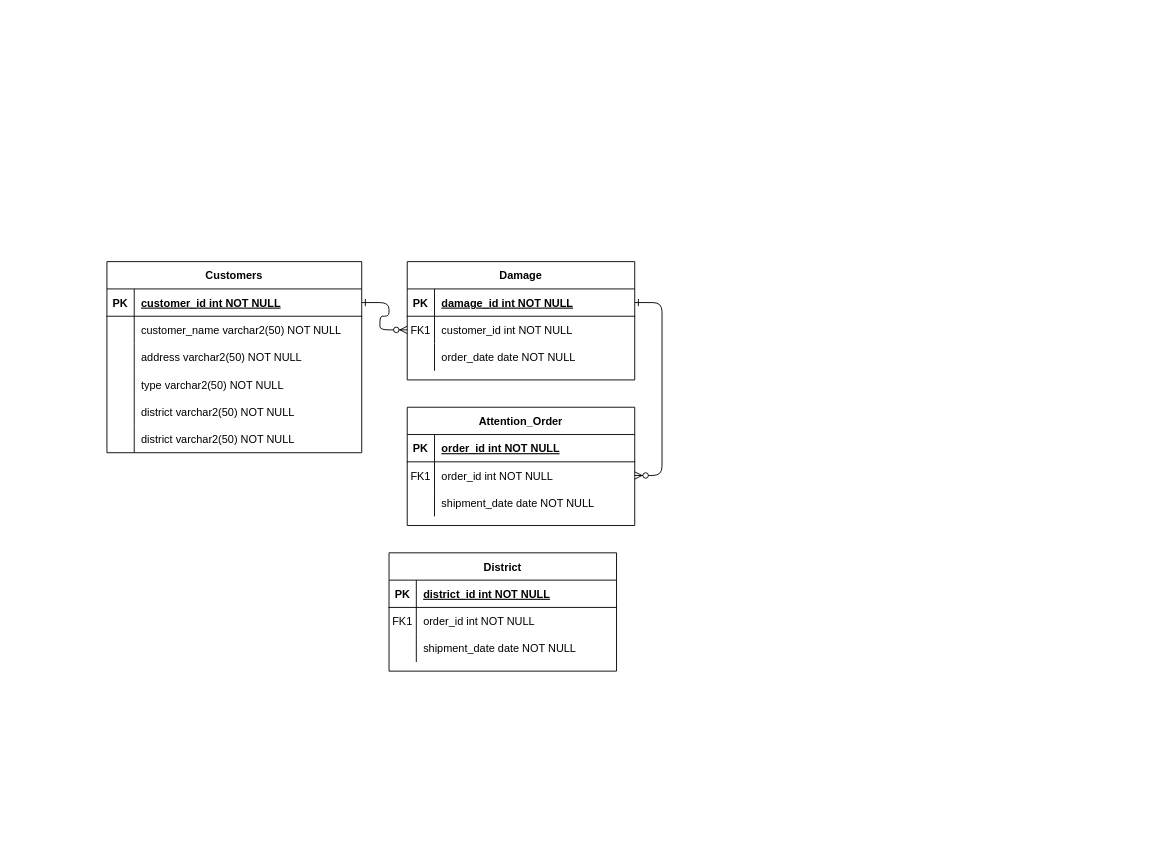
This is Diagrama FISICO ER Chiletel .drawio from andreshserna/chiletel, a draw.io file, before an edit. Source tidied: cells renumbered, new cells numbered last; positions are measured from the earlier drawing's top-left corner, leaving out a move shared by most shapes. Both pictures are drawn from the tidied source at 91%, with x=0, y=0 at pixel (106, 261).
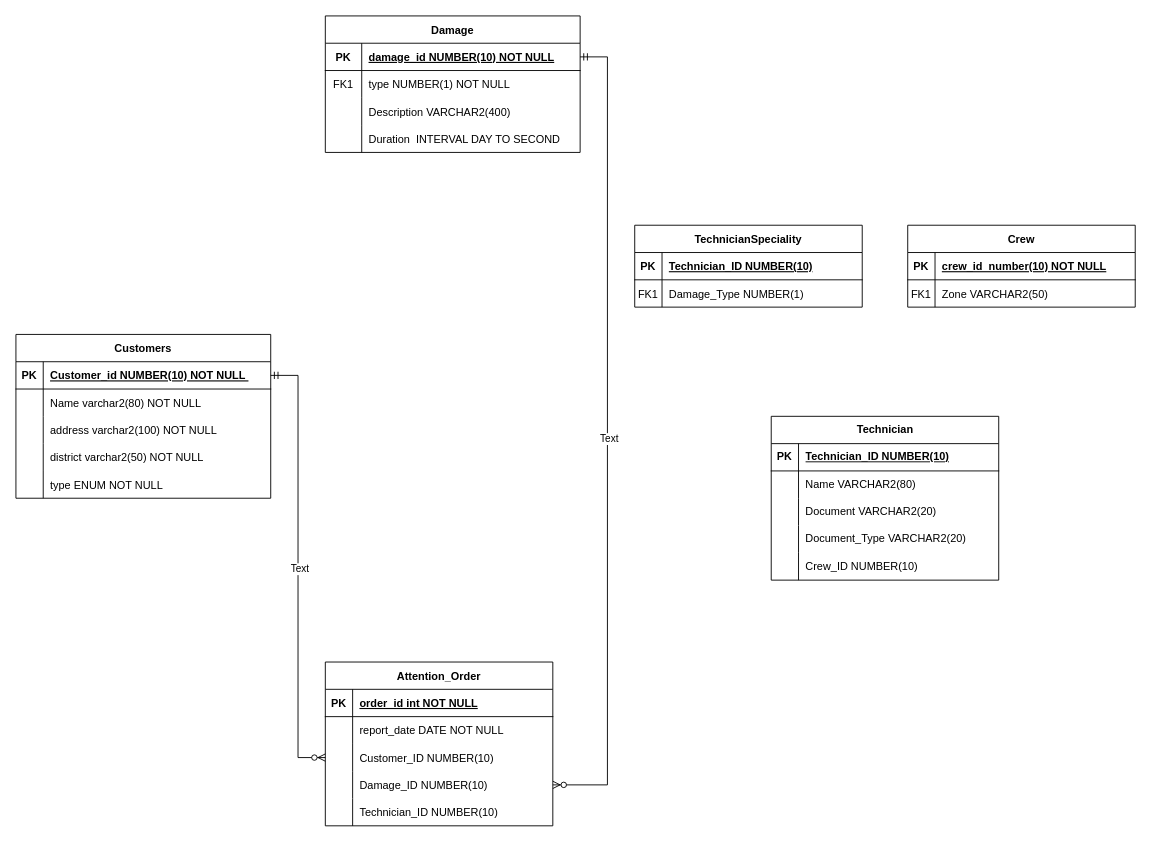
The same diagram, later.

Commit message (it also covers changes not shown here):
version prefinal diagrama ER

Unchanged cells that the change refers to:
```xml
<mxCell id="18" style="shape=partialRectangle;fillColor=none;points=[[0,0.5],[1,0.5]];portConstraint=eastwest;top=0;left=0;right=0;bottom=0;" parent="14" vertex="1">
  <mxGeometry y="60" width="250" height="30" as="geometry" />
</mxCell>
<mxCell id="21" style="shape=partialRectangle;fillColor=none;points=[[0,0.5],[1,0.5]];portConstraint=eastwest;top=0;left=0;right=0;bottom=0;" parent="14" vertex="1">
  <mxGeometry y="90" width="250" height="30" as="geometry" />
</mxCell>
<mxCell id="25" style="shape=partialRectangle;fillColor=none;points=[[0,0.5],[1,0.5]];portConstraint=eastwest;top=0;left=0;right=0;bottom=1;" parent="24" vertex="1">
  <mxGeometry y="30" width="280" height="30" as="geometry" />
</mxCell>
<mxCell id="28" style="shape=partialRectangle;fillColor=none;top=0;left=0;right=0;bottom=0;" parent="24" vertex="1">
  <mxGeometry y="60" width="280" height="30" as="geometry" />
</mxCell>
<mxCell id="31" style="shape=partialRectangle;fillColor=none;top=0;left=0;right=0;bottom=0;" parent="24" vertex="1">
  <mxGeometry y="90" width="280" height="30" as="geometry" />
</mxCell>
<mxCell id="34" style="shape=partialRectangle;fillColor=none;top=0;left=0;right=0;bottom=0;" parent="24" vertex="1">
  <mxGeometry y="120" width="280" height="30" as="geometry" />
</mxCell>
<mxCell id="37" style="shape=partialRectangle;fillColor=none;top=0;left=0;right=0;bottom=0;" parent="24" vertex="1">
  <mxGeometry y="150" width="280" height="30" as="geometry" />
</mxCell>
<mxCell id="44" style="shape=partialRectangle;fillColor=none;top=0;left=0;right=0;bottom=1;" parent="43" vertex="1">
  <mxGeometry y="30" width="250" height="30" as="geometry" />
</mxCell>
<mxCell id="47" style="shape=partialRectangle;fillColor=none;top=0;left=0;right=0;bottom=0;" parent="43" vertex="1">
  <mxGeometry y="60" width="250" height="30" as="geometry" />
</mxCell>
```

The edit, as a diff of the source:
```diff
@@
-    <mxCell id="2" style="edgeStyle=entityRelationEdgeStyle;endArrow=ERzeroToMany;startArrow=ERone;endFill=1;startFill=0;" parent="1" edge="1" source="25" target="8">
-      <mxGeometry relative="1" as="geometry" />
-    </mxCell>
-    <mxCell id="3" style="edgeStyle=entityRelationEdgeStyle;endArrow=ERzeroToMany;startArrow=ERone;endFill=1;startFill=0;" parent="1" edge="1" source="5" target="18">
-      <mxGeometry relative="1" as="geometry" />
-    </mxCell>
     <mxCell id="4" value="Damage" style="shape=table;startSize=30;childLayout=tableLayout;rowLines=0;fontStyle=1;align=center;" parent="1" vertex="1">
-      <mxGeometry x="330" width="250" height="130" as="geometry" />
+      <mxGeometry x="240" y="-270" width="280" height="150" as="geometry" />
     </mxCell>
     <mxCell id="5" style="shape=partialRectangle;fillColor=none;points=[[0,0.5],[1,0.5]];portConstraint=eastwest;top=0;left=0;right=0;bottom=1;" parent="4" vertex="1">
-      <mxGeometry y="30" width="250" height="30" as="geometry" />
+      <mxGeometry y="30" width="280" height="30" as="geometry" />
     </mxCell>
     <mxCell id="6" value="PK" style="shape=partialRectangle;overflow=hidden;fillColor=none;top=0;left=0;bottom=0;right=0;fontStyle=1;" parent="5" vertex="1">
-      <mxGeometry width="30" height="30" as="geometry" />
+      <mxGeometry width="40" height="30" as="geometry" />
     </mxCell>
-    <mxCell id="7" value="damage_id int NOT NULL " style="shape=partialRectangle;overflow=hidden;fillColor=none;top=0;left=0;bottom=0;right=0;align=left;spacingLeft=6;fontStyle=5;" parent="5" vertex="1">
-      <mxGeometry x="30" width="220" height="30" as="geometry" />
+    <mxCell id="7" value="damage_id NUMBER(10) NOT NULL " style="shape=partialRectangle;overflow=hidden;fillColor=none;top=0;left=0;bottom=0;right=0;align=left;spacingLeft=6;fontStyle=5;" parent="5" vertex="1">
+      <mxGeometry x="40" width="240" height="30" as="geometry" />
     </mxCell>
     <mxCell id="8" style="shape=partialRectangle;fillColor=none;points=[[0,0.5],[1,0.5]];portConstraint=eastwest;top=0;left=0;right=0;bottom=0;" parent="4" vertex="1">
-      <mxGeometry y="60" width="250" height="30" as="geometry" />
+      <mxGeometry y="60" width="280" height="30" as="geometry" />
     </mxCell>
     <mxCell id="9" value="FK1" style="shape=partialRectangle;overflow=hidden;fillColor=none;top=0;left=0;bottom=0;right=0;" parent="8" vertex="1">
-      <mxGeometry width="30" height="30" as="geometry" />
+      <mxGeometry width="40" height="30" as="geometry" />
     </mxCell>
-    <mxCell id="10" value="customer_id int NOT NULL" style="shape=partialRectangle;overflow=hidden;fillColor=none;top=0;left=0;bottom=0;right=0;align=left;spacingLeft=6;" parent="8" vertex="1">
-      <mxGeometry x="30" width="220" height="30" as="geometry" />
+    <mxCell id="10" value="type NUMBER(1) NOT NULL" style="shape=partialRectangle;overflow=hidden;fillColor=none;top=0;left=0;bottom=0;right=0;align=left;spacingLeft=6;" parent="8" vertex="1">
+      <mxGeometry x="40" width="240" height="30" as="geometry" />
     </mxCell>
     <mxCell id="11" style="shape=partialRectangle;fillColor=none;top=0;left=0;right=0;bottom=0;" parent="4" vertex="1">
-      <mxGeometry y="90" width="250" height="30" as="geometry" />
+      <mxGeometry y="90" width="280" height="30" as="geometry" />
     </mxCell>
     <mxCell id="12" style="shape=partialRectangle;overflow=hidden;fillColor=none;top=0;left=0;bottom=0;right=0;" parent="11" vertex="1">
-      <mxGeometry width="30" height="30" as="geometry" />
+      <mxGeometry width="40" height="30" as="geometry" />
     </mxCell>
-    <mxCell id="13" value="order_date date NOT NULL" style="shape=partialRectangle;overflow=hidden;fillColor=none;top=0;left=0;bottom=0;right=0;align=left;spacingLeft=6;" parent="11" vertex="1">
-      <mxGeometry x="30" width="220" height="30" as="geometry" />
+    <mxCell id="13" value="Description VARCHAR2(400)" style="shape=partialRectangle;overflow=hidden;fillColor=none;top=0;left=0;bottom=0;right=0;align=left;spacingLeft=6;" parent="11" vertex="1">
+      <mxGeometry x="40" width="240" height="30" as="geometry" />
     </mxCell>
+    <mxCell id="53" style="shape=partialRectangle;fillColor=none;top=0;left=0;right=0;bottom=0;" parent="4" vertex="1">
+      <mxGeometry y="120" width="280" height="30" as="geometry" />
+    </mxCell>
+    <mxCell id="54" style="shape=partialRectangle;overflow=hidden;fillColor=none;top=0;left=0;bottom=0;right=0;" parent="53" vertex="1">
+      <mxGeometry width="40" height="30" as="geometry" />
+    </mxCell>
+    <mxCell id="55" value="Duration  INTERVAL DAY TO SECOND" style="shape=partialRectangle;overflow=hidden;fillColor=none;top=0;left=0;bottom=0;right=0;align=left;spacingLeft=6;" parent="53" vertex="1">
+      <mxGeometry x="40" width="240" height="30" as="geometry" />
+    </mxCell>
     <mxCell id="14" value="Attention_Order" style="shape=table;startSize=30;childLayout=tableLayout;rowLines=0;fontStyle=1;align=center;" parent="1" vertex="1">
-      <mxGeometry x="330" y="160" width="250" height="130" as="geometry" />
+      <mxGeometry x="240" y="440" width="250" height="180" as="geometry" />
     </mxCell>
@@
-    <mxCell id="19" value="FK1" style="shape=partialRectangle;overflow=hidden;fillColor=none;top=0;left=0;bottom=0;right=0;" parent="18" vertex="1">
+    <mxCell id="19" style="shape=partialRectangle;overflow=hidden;fillColor=none;top=0;left=0;bottom=0;right=0;" parent="18" vertex="1">
       <mxGeometry width="30" height="30" as="geometry" />
     </mxCell>
-    <mxCell id="20" value="order_id int NOT NULL" style="shape=partialRectangle;overflow=hidden;fillColor=none;top=0;left=0;bottom=0;right=0;align=left;spacingLeft=6;" parent="18" vertex="1">
+    <mxCell id="20" value="report_date DATE NOT NULL" style="shape=partialRectangle;overflow=hidden;fillColor=none;top=0;left=0;bottom=0;right=0;align=left;spacingLeft=6;" parent="18" vertex="1">
       <mxGeometry x="30" width="220" height="30" as="geometry" />
     </mxCell>
@@
-    <mxCell id="23" value="shipment_date date NOT NULL" style="shape=partialRectangle;overflow=hidden;fillColor=none;top=0;left=0;bottom=0;right=0;align=left;spacingLeft=6;" parent="21" vertex="1">
+    <mxCell id="23" value="Customer_ID NUMBER(10) " style="shape=partialRectangle;overflow=hidden;fillColor=none;top=0;left=0;bottom=0;right=0;align=left;spacingLeft=6;" parent="21" vertex="1">
       <mxGeometry x="30" width="220" height="30" as="geometry" />
     </mxCell>
+    <mxCell id="56" style="shape=partialRectangle;fillColor=none;points=[[0,0.5],[1,0.5]];portConstraint=eastwest;top=0;left=0;right=0;bottom=0;" parent="14" vertex="1">
+      <mxGeometry y="120" width="250" height="30" as="geometry" />
+    </mxCell>
+    <mxCell id="57" style="shape=partialRectangle;overflow=hidden;fillColor=none;top=0;left=0;bottom=0;right=0;" parent="56" vertex="1">
+      <mxGeometry width="30" height="30" as="geometry" />
+    </mxCell>
+    <mxCell id="58" value="Damage_ID NUMBER(10) " style="shape=partialRectangle;overflow=hidden;fillColor=none;top=0;left=0;bottom=0;right=0;align=left;spacingLeft=6;" parent="56" vertex="1">
+      <mxGeometry x="30" width="220" height="30" as="geometry" />
+    </mxCell>
+    <mxCell id="59" style="shape=partialRectangle;fillColor=none;top=0;left=0;right=0;bottom=0;" parent="14" vertex="1">
+      <mxGeometry y="150" width="250" height="30" as="geometry" />
+    </mxCell>
+    <mxCell id="60" style="shape=partialRectangle;overflow=hidden;fillColor=none;top=0;left=0;bottom=0;right=0;" parent="59" vertex="1">
+      <mxGeometry width="30" height="30" as="geometry" />
+    </mxCell>
+    <mxCell id="61" value="Technician_ID NUMBER(10) " style="shape=partialRectangle;overflow=hidden;fillColor=none;top=0;left=0;bottom=0;right=0;align=left;spacingLeft=6;" parent="59" vertex="1">
+      <mxGeometry x="30" width="220" height="30" as="geometry" />
+    </mxCell>
     <mxCell id="24" value="Customers" style="shape=table;startSize=30;childLayout=tableLayout;rowLines=0;fontStyle=1;align=center;" parent="1" vertex="1">
-      <mxGeometry width="280" height="210" as="geometry" />
+      <mxGeometry x="-100" y="80" width="280" height="180" as="geometry" />
     </mxCell>
@@
-    <mxCell id="27" value="customer_id int NOT NULL " style="shape=partialRectangle;overflow=hidden;fillColor=none;top=0;left=0;bottom=0;right=0;align=left;spacingLeft=6;fontStyle=5;" parent="25" vertex="1">
+    <mxCell id="27" value="Customer_id NUMBER(10) NOT NULL " style="shape=partialRectangle;overflow=hidden;fillColor=none;top=0;left=0;bottom=0;right=0;align=left;spacingLeft=6;fontStyle=5;" parent="25" vertex="1">
       <mxGeometry x="30" width="250" height="30" as="geometry" />
     </mxCell>
@@
-    <mxCell id="30" value="customer_name varchar2(50) NOT NULL" style="shape=partialRectangle;overflow=hidden;fillColor=none;top=0;left=0;bottom=0;right=0;align=left;spacingLeft=6;" parent="28" vertex="1">
+    <mxCell id="30" value="Name varchar2(80) NOT NULL" style="shape=partialRectangle;overflow=hidden;fillColor=none;top=0;left=0;bottom=0;right=0;align=left;spacingLeft=6;" parent="28" vertex="1">
       <mxGeometry x="30" width="250" height="30" as="geometry" />
     </mxCell>
@@
-    <mxCell id="33" value="address varchar2(50) NOT NULL" style="shape=partialRectangle;overflow=hidden;fillColor=none;top=0;left=0;bottom=0;right=0;align=left;spacingLeft=6;" parent="31" vertex="1">
+    <mxCell id="33" value="address varchar2(100) NOT NULL" style="shape=partialRectangle;overflow=hidden;fillColor=none;top=0;left=0;bottom=0;right=0;align=left;spacingLeft=6;" parent="31" vertex="1">
       <mxGeometry x="30" width="250" height="30" as="geometry" />
     </mxCell>
@@
-    <mxCell id="36" value="type varchar2(50) NOT NULL" style="shape=partialRectangle;overflow=hidden;fillColor=none;top=0;left=0;bottom=0;right=0;align=left;spacingLeft=6;" parent="34" vertex="1">
+    <mxCell id="36" value="district varchar2(50) NOT NULL" style="shape=partialRectangle;overflow=hidden;fillColor=none;top=0;left=0;bottom=0;right=0;align=left;spacingLeft=6;" parent="34" vertex="1">
       <mxGeometry x="30" width="250" height="30" as="geometry" />
     </mxCell>
@@
-    <mxCell id="39" value="district varchar2(50) NOT NULL" style="shape=partialRectangle;overflow=hidden;fillColor=none;top=0;left=0;bottom=0;right=0;align=left;spacingLeft=6;" parent="37" vertex="1">
+    <mxCell id="39" value="type ENUM NOT NULL" style="shape=partialRectangle;overflow=hidden;fillColor=none;top=0;left=0;bottom=0;right=0;align=left;spacingLeft=6;" parent="37" vertex="1">
       <mxGeometry x="30" width="250" height="30" as="geometry" />
     </mxCell>
-    <mxCell id="40" style="shape=partialRectangle;fillColor=none;top=0;left=0;right=0;bottom=0;" parent="24" vertex="1">
-      <mxGeometry y="180" width="280" height="30" as="geometry" />
-    </mxCell>
-    <mxCell id="41" style="shape=partialRectangle;overflow=hidden;fillColor=none;top=0;left=0;bottom=0;right=0;" parent="40" vertex="1">
-      <mxGeometry width="30" height="30" as="geometry" />
-    </mxCell>
-    <mxCell id="42" value="district varchar2(50) NOT NULL" style="shape=partialRectangle;overflow=hidden;fillColor=none;top=0;left=0;bottom=0;right=0;align=left;spacingLeft=6;" parent="40" vertex="1">
-      <mxGeometry x="30" width="250" height="30" as="geometry" />
-    </mxCell>
-    <mxCell id="43" value="District" style="shape=table;startSize=30;childLayout=tableLayout;rowLines=0;fontStyle=1;align=center;" parent="1" vertex="1">
-      <mxGeometry x="310" y="320" width="250" height="130" as="geometry" />
+    <mxCell id="43" value="Crew" style="shape=table;startSize=30;childLayout=tableLayout;rowLines=0;fontStyle=1;align=center;" parent="1" vertex="1">
+      <mxGeometry x="880" y="-40" width="250" height="90" as="geometry" />
     </mxCell>
@@
-    <mxCell id="46" value="district_id int NOT NULL " style="shape=partialRectangle;overflow=hidden;fillColor=none;top=0;left=0;bottom=0;right=0;align=left;spacingLeft=6;fontStyle=5;" parent="44" vertex="1">
+    <mxCell id="46" value="crew_id  number(10) NOT NULL " style="shape=partialRectangle;overflow=hidden;fillColor=none;top=0;left=0;bottom=0;right=0;align=left;spacingLeft=6;fontStyle=5;" parent="44" vertex="1">
       <mxGeometry x="30" width="220" height="30" as="geometry" />
     </mxCell>
@@
-    <mxCell id="49" value="order_id int NOT NULL" style="shape=partialRectangle;overflow=hidden;fillColor=none;top=0;left=0;bottom=0;right=0;align=left;spacingLeft=6;" parent="47" vertex="1">
+    <mxCell id="49" value="Zone VARCHAR2(50)" style="shape=partialRectangle;overflow=hidden;fillColor=none;top=0;left=0;bottom=0;right=0;align=left;spacingLeft=6;" parent="47" vertex="1">
       <mxGeometry x="30" width="220" height="30" as="geometry" />
     </mxCell>
-    <mxCell id="50" style="shape=partialRectangle;fillColor=none;top=0;left=0;right=0;bottom=0;" parent="43" vertex="1">
-      <mxGeometry y="90" width="250" height="30" as="geometry" />
-    </mxCell>
-    <mxCell id="51" style="shape=partialRectangle;overflow=hidden;fillColor=none;top=0;left=0;bottom=0;right=0;" parent="50" vertex="1">
-      <mxGeometry width="30" height="30" as="geometry" />
-    </mxCell>
-    <mxCell id="52" value="shipment_date date NOT NULL" style="shape=partialRectangle;overflow=hidden;fillColor=none;top=0;left=0;bottom=0;right=0;align=left;spacingLeft=6;" parent="50" vertex="1">
-      <mxGeometry x="30" width="220" height="30" as="geometry" />
-    </mxCell>
+    <mxCell id="62" value="Technician" style="shape=table;startSize=30;childLayout=tableLayout;rowLines=0;fontStyle=1;align=center;html=1;" parent="1" vertex="1">
+      <mxGeometry x="730" y="170" width="250" height="180" as="geometry" />
+    </mxCell>
+    <mxCell id="63" style="shape=tableRow;horizontal=0;startSize=0;swimlaneHead=0;swimlaneBody=0;fillColor=none;top=0;left=0;right=0;bottom=1;" parent="62" vertex="1">
+      <mxGeometry y="30" width="250" height="30" as="geometry" />
+    </mxCell>
+    <mxCell id="64" value="PK" style="shape=partialRectangle;fillColor=none;top=0;left=0;bottom=0;right=0;fontStyle=1;overflow=hidden;whiteSpace=wrap;html=1;" parent="63" vertex="1">
+      <mxGeometry width="30" height="30" as="geometry" />
+    </mxCell>
+    <mxCell id="65" value="Technician_ID NUMBER(10)" style="shape=partialRectangle;fillColor=none;top=0;left=0;bottom=0;right=0;align=left;spacingLeft=6;fontStyle=5;overflow=hidden;whiteSpace=wrap;html=1;" parent="63" vertex="1">
+      <mxGeometry x="30" width="220" height="30" as="geometry" />
+    </mxCell>
+    <mxCell id="66" style="shape=tableRow;horizontal=0;startSize=0;swimlaneHead=0;swimlaneBody=0;fillColor=none;top=0;left=0;right=0;bottom=0;" parent="62" vertex="1">
+      <mxGeometry y="60" width="250" height="30" as="geometry" />
+    </mxCell>
+    <mxCell id="67" style="shape=partialRectangle;fillColor=none;top=0;left=0;bottom=0;right=0;overflow=hidden;whiteSpace=wrap;html=1;" parent="66" vertex="1">
+      <mxGeometry width="30" height="30" as="geometry" />
+    </mxCell>
+    <mxCell id="68" value="Name VARCHAR2(80)" style="shape=partialRectangle;fillColor=none;top=0;left=0;bottom=0;right=0;align=left;spacingLeft=6;overflow=hidden;whiteSpace=wrap;html=1;" parent="66" vertex="1">
+      <mxGeometry x="30" width="220" height="30" as="geometry" />
+    </mxCell>
+    <mxCell id="69" style="shape=tableRow;horizontal=0;startSize=0;swimlaneHead=0;swimlaneBody=0;fillColor=none;top=0;left=0;right=0;bottom=0;" parent="62" vertex="1">
+      <mxGeometry y="90" width="250" height="30" as="geometry" />
+    </mxCell>
+    <mxCell id="70" style="shape=partialRectangle;fillColor=none;top=0;left=0;bottom=0;right=0;overflow=hidden;whiteSpace=wrap;html=1;" parent="69" vertex="1">
+      <mxGeometry width="30" height="30" as="geometry" />
+    </mxCell>
+    <mxCell id="71" value="Document VARCHAR2(20)" style="shape=partialRectangle;fillColor=none;top=0;left=0;bottom=0;right=0;align=left;spacingLeft=6;overflow=hidden;whiteSpace=wrap;html=1;" parent="69" vertex="1">
+      <mxGeometry x="30" width="220" height="30" as="geometry" />
+    </mxCell>
+    <mxCell id="72" style="shape=tableRow;horizontal=0;startSize=0;swimlaneHead=0;swimlaneBody=0;fillColor=none;top=0;left=0;right=0;bottom=0;" parent="62" vertex="1">
+      <mxGeometry y="120" width="250" height="30" as="geometry" />
+    </mxCell>
+    <mxCell id="73" style="shape=partialRectangle;fillColor=none;top=0;left=0;bottom=0;right=0;overflow=hidden;whiteSpace=wrap;html=1;" parent="72" vertex="1">
+      <mxGeometry width="30" height="30" as="geometry" />
+    </mxCell>
+    <mxCell id="74" value="Document_Type VARCHAR2(20)" style="shape=partialRectangle;fillColor=none;top=0;left=0;bottom=0;right=0;align=left;spacingLeft=6;overflow=hidden;whiteSpace=wrap;html=1;" parent="72" vertex="1">
+      <mxGeometry x="30" width="220" height="30" as="geometry" />
+    </mxCell>
+    <mxCell id="75" style="shape=tableRow;horizontal=0;startSize=0;swimlaneHead=0;swimlaneBody=0;fillColor=none;top=0;left=0;right=0;bottom=0;" parent="62" vertex="1">
+      <mxGeometry y="150" width="250" height="30" as="geometry" />
+    </mxCell>
+    <mxCell id="76" style="shape=partialRectangle;fillColor=none;top=0;left=0;bottom=0;right=0;overflow=hidden;whiteSpace=wrap;html=1;" parent="75" vertex="1">
+      <mxGeometry width="30" height="30" as="geometry" />
+    </mxCell>
+    <mxCell id="77" value="Crew_ID NUMBER(10)" style="shape=partialRectangle;fillColor=none;top=0;left=0;bottom=0;right=0;align=left;spacingLeft=6;overflow=hidden;whiteSpace=wrap;html=1;" parent="75" vertex="1">
+      <mxGeometry x="30" width="220" height="30" as="geometry" />
+    </mxCell>
+    <mxCell id="78" value="TechnicianSpeciality" style="shape=table;startSize=30;childLayout=tableLayout;rowLines=0;fontStyle=1;align=center;" parent="1" vertex="1">
+      <mxGeometry x="580" y="-40" width="250" height="90" as="geometry" />
+    </mxCell>
+    <mxCell id="79" style="shape=partialRectangle;fillColor=none;top=0;left=0;right=0;bottom=1;" parent="78" vertex="1">
+      <mxGeometry y="30" width="250" height="30" as="geometry" />
+    </mxCell>
+    <mxCell id="80" value="PK" style="shape=partialRectangle;overflow=hidden;fillColor=none;top=0;left=0;bottom=0;right=0;fontStyle=1;" parent="79" vertex="1">
+      <mxGeometry width="30" height="30" as="geometry" />
+    </mxCell>
+    <mxCell id="81" value="Technician_ID NUMBER(10)" style="shape=partialRectangle;overflow=hidden;fillColor=none;top=0;left=0;bottom=0;right=0;align=left;spacingLeft=6;fontStyle=5;" parent="79" vertex="1">
+      <mxGeometry x="30" width="220" height="30" as="geometry" />
+    </mxCell>
+    <mxCell id="82" style="shape=partialRectangle;fillColor=none;top=0;left=0;right=0;bottom=0;" parent="78" vertex="1">
+      <mxGeometry y="60" width="250" height="30" as="geometry" />
+    </mxCell>
+    <mxCell id="83" value="FK1" style="shape=partialRectangle;overflow=hidden;fillColor=none;top=0;left=0;bottom=0;right=0;" parent="82" vertex="1">
+      <mxGeometry width="30" height="30" as="geometry" />
+    </mxCell>
+    <mxCell id="84" value="Damage_Type NUMBER(1)" style="shape=partialRectangle;overflow=hidden;fillColor=none;top=0;left=0;bottom=0;right=0;align=left;spacingLeft=6;" parent="82" vertex="1">
+      <mxGeometry x="30" width="220" height="30" as="geometry" />
+    </mxCell>
+    <mxCell id="85" style="edgeStyle=entityRelationEdgeStyle;fontSize=12;html=1;endArrow=ERzeroToMany;startArrow=ERmandOne;rounded=0;exitX=1;exitY=0.5;exitDx=0;exitDy=0;entryX=0;entryY=0.5;entryDx=0;entryDy=0;" parent="1" edge="1" source="25" target="21">
+      <mxGeometry relative="1" as="geometry">
+        <Array as="points">
+          <mxPoint x="-30" y="370" />
+          <mxPoint x="-22" y="330" />
+          <mxPoint x="20" y="410" />
+          <mxPoint x="10" y="420" />
+        </Array>
+      </mxGeometry>
+    </mxCell>
+    <mxCell id="86" value="Text" style="edgeLabel;html=1;align=center;verticalAlign=middle;" parent="85" vertex="1">
+      <mxGeometry x="0.01" y="1" relative="1" as="geometry" />
+    </mxCell>
+    <mxCell id="87" style="edgeStyle=entityRelationEdgeStyle;fontSize=12;html=1;endArrow=ERzeroToMany;startArrow=ERmandOne;rounded=0;" parent="1" edge="1" source="5" target="56">
+      <mxGeometry relative="1" as="geometry">
+        <Array as="points">
+          <mxPoint x="360" y="-30" />
+          <mxPoint x="350" y="-30" />
+          <mxPoint x="240" y="146.5" />
+          <mxPoint x="248" y="106.5" />
+          <mxPoint x="290" y="186.5" />
+          <mxPoint x="280" y="196.5" />
+        </Array>
+      </mxGeometry>
+    </mxCell>
+    <mxCell id="88" value="Text" style="edgeLabel;html=1;align=center;verticalAlign=middle;" parent="87" vertex="1">
+      <mxGeometry x="0.01" y="1" relative="1" as="geometry" />
+    </mxCell>
```
